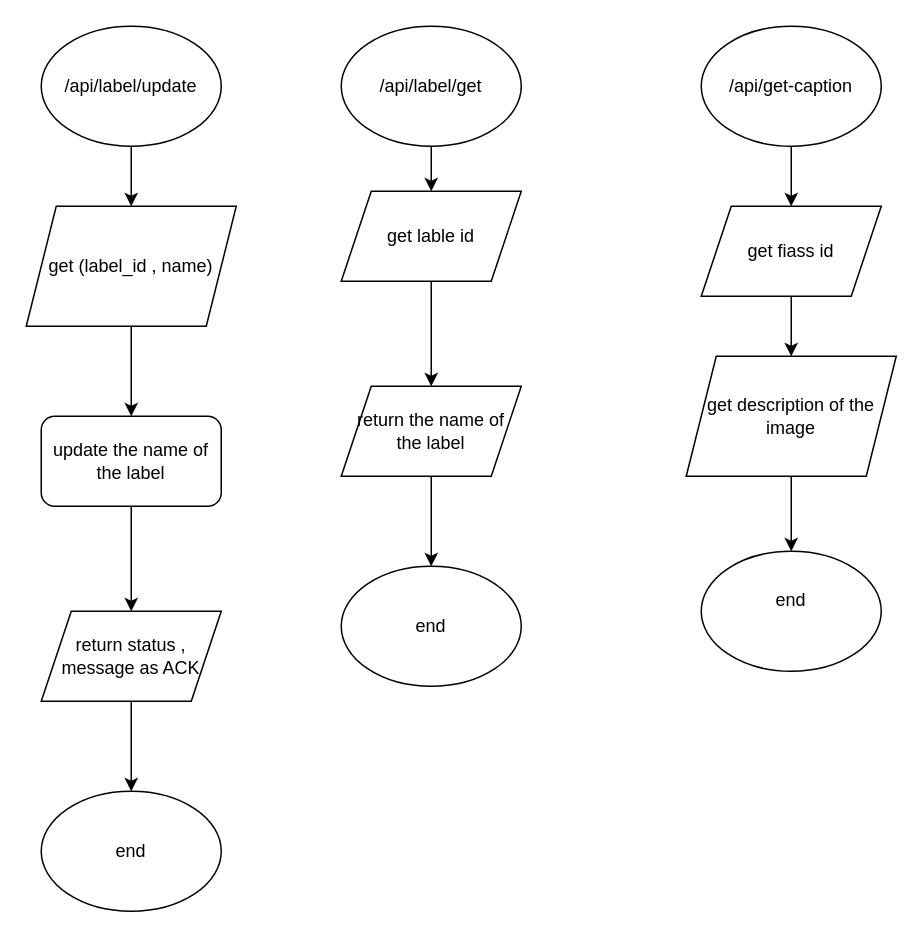
Before: page "Page-3" (3 of 4) of workflow.drawio in manishbhattarai8/imgrep-docs, a draw.io diagram. Source tidied: cells renumbered, new cells numbered last; positions are measured from the earlier drawing's top-left corner, leaving out a move shared by most shapes. Both pictures are drawn from the tidied source at 150%, with x=0, y=0 at pixel (26, 26).
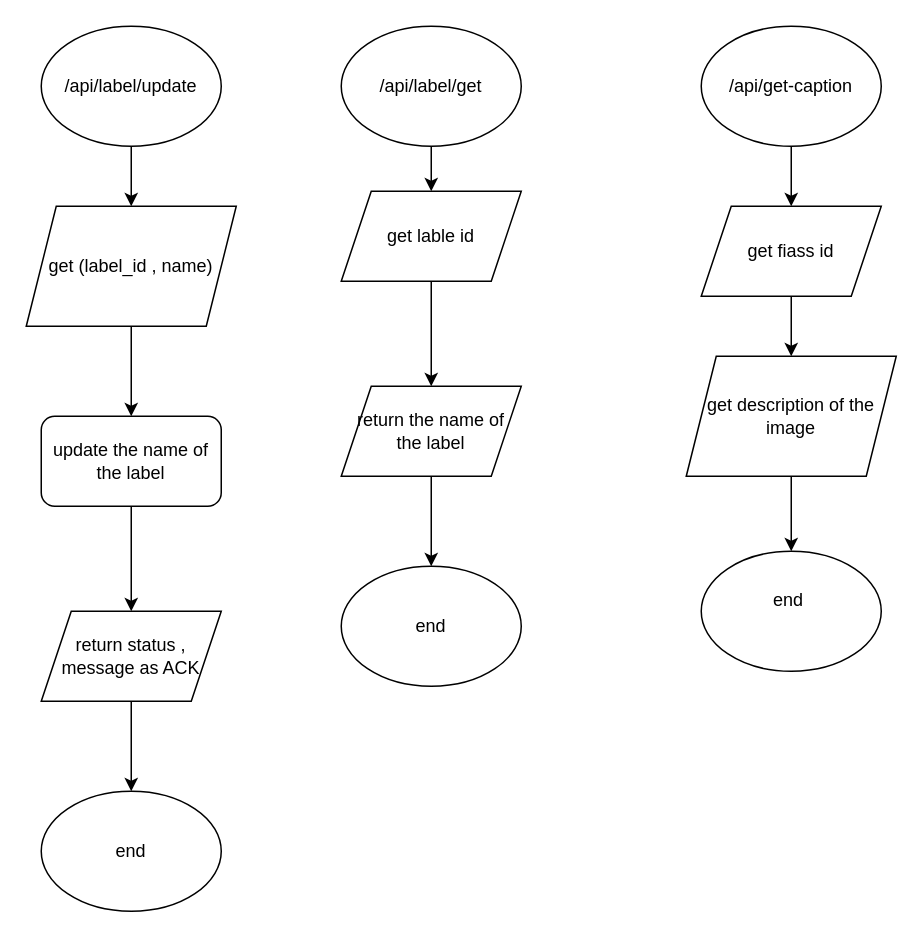
The same page after the edit.

What changed in the source:
```diff
@@
-    <mxCell id="24" value="end&lt;div&gt;&lt;br&gt;&lt;/div&gt;" style="ellipse;whiteSpace=wrap;html=1;" parent="1" vertex="1">
+    <mxCell id="24" value="end&amp;nbsp;&lt;div&gt;&lt;br&gt;&lt;/div&gt;" style="ellipse;whiteSpace=wrap;html=1;" parent="1" vertex="1">
       <mxGeometry x="450" y="350" width="120" height="80" as="geometry" />
     </mxCell>
```
